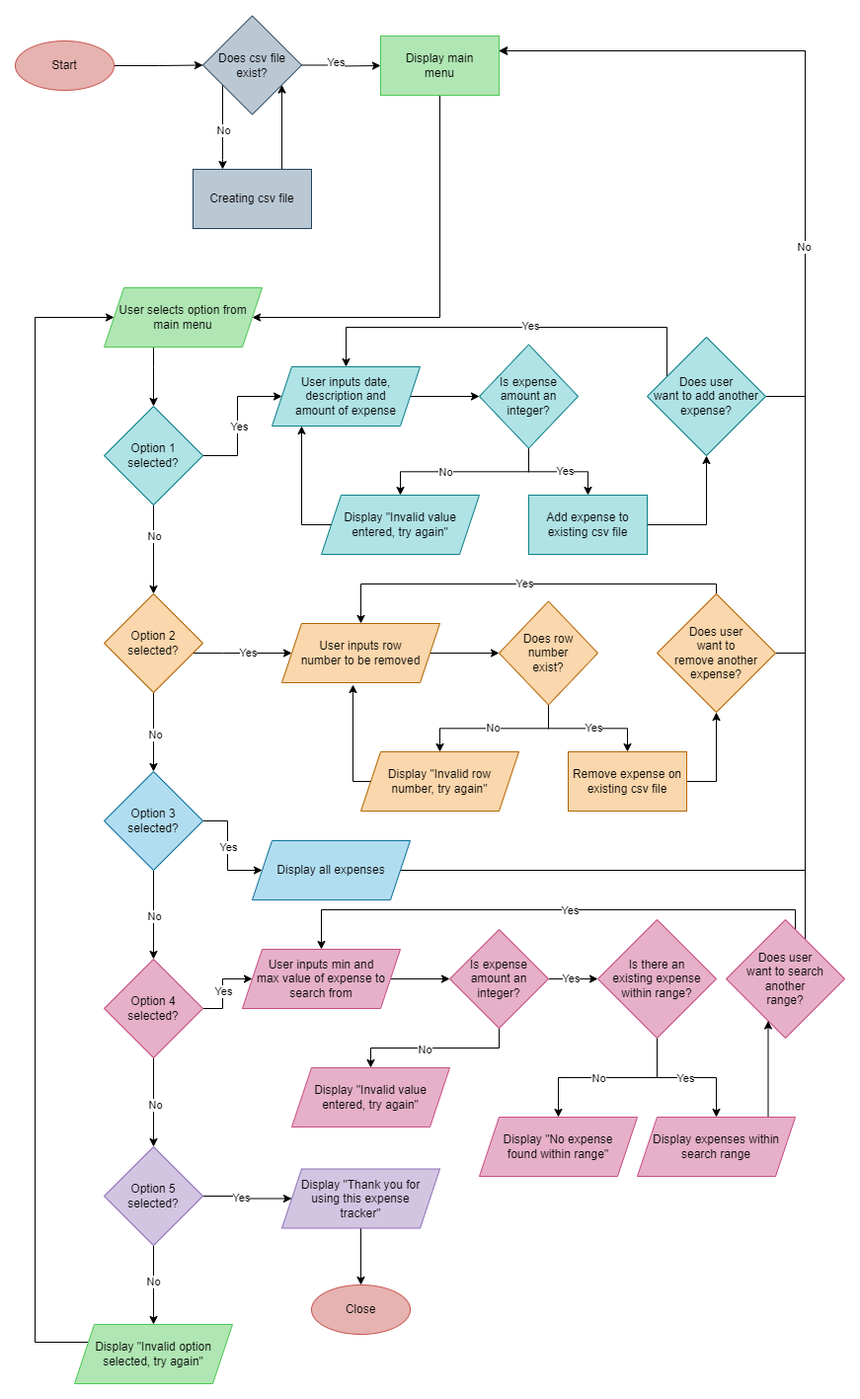
Before: docs/Expense-tracker_flowchart.png, a diagram exported from draw.io (theresaxn/Theresa-T1A3_TerminalApp). Source tidied: cells renumbered, new cells last; positions are measured from the earlier drawing's top-left corner, leaving out a move shared by most shapes.
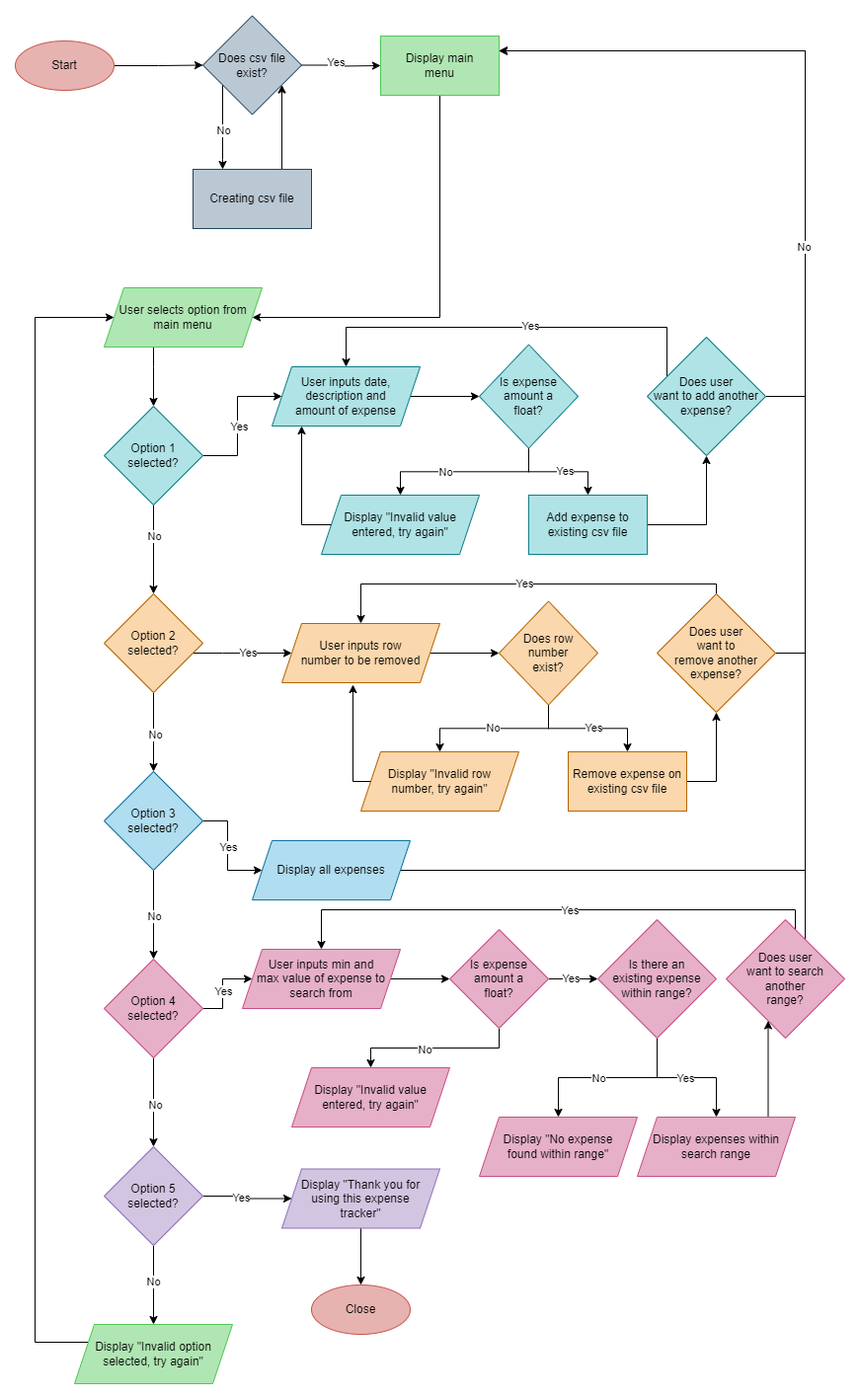
After the commit.

Commit message:
minor change in expense tracker flowchart - planning stage

Change to the diagram source:
```diff
@@ -202,7 +202,7 @@
         <mxPoint y="-5" as="offset" />
       </mxGeometry>
     </mxCell>
-    <mxCell id="51" value="Is expense amount an integer?" style="rhombus;whiteSpace=wrap;html=1;fillColor=#b0e3e6;strokeColor=#0e8088;" parent="1" vertex="1">
+    <mxCell id="51" value="Is expense amount a&lt;div&gt;float?&lt;/div&gt;" style="rhombus;whiteSpace=wrap;html=1;fillColor=#b0e3e6;strokeColor=#0e8088;" parent="1" vertex="1">
       <mxGeometry x="470" y="333.5" width="100" height="105" as="geometry" />
     </mxCell>
     <mxCell id="52" value="Display &quot;Invalid value entered, try again&quot;" style="shape=parallelogram;perimeter=parallelogramPerimeter;whiteSpace=wrap;html=1;fixedSize=1;fillColor=#b0e3e6;strokeColor=#0e8088;" parent="1" vertex="1">
@@ -344,7 +344,7 @@
         <mxPoint x="-1" y="1" as="offset" />
       </mxGeometry>
     </mxCell>
-    <mxCell id="82" value="Is expense amount an integer?" style="rhombus;whiteSpace=wrap;html=1;fillColor=#e6b0c8;strokeColor=#c84f85;" parent="1" vertex="1">
+    <mxCell id="82" value="Is expense amount a&lt;div&gt;float?&lt;/div&gt;" style="rhombus;whiteSpace=wrap;html=1;fillColor=#e6b0c8;strokeColor=#c84f85;" parent="1" vertex="1">
       <mxGeometry x="440" y="926" width="100" height="100" as="geometry" />
     </mxCell>
     <mxCell id="83" style="edgeStyle=orthogonalEdgeStyle;rounded=0;jettySize=auto;html=1;entryX=0.5;entryY=0;entryDx=0;entryDy=0;" parent="1" edge="1" source="87" target="89">
```
